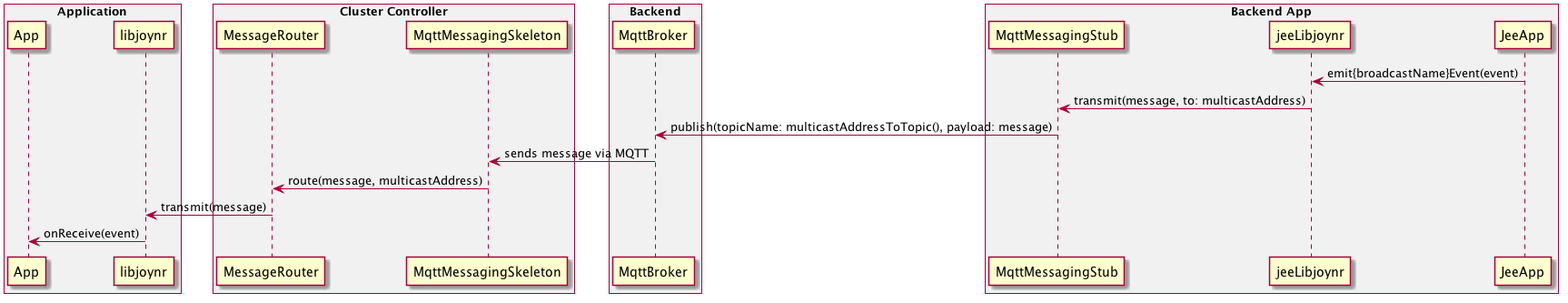
The PlantUML diagram docs/diagrams/SequenceDiagram-Java-MulticastPublish.png in bmwcarit/joynr, before a commit. Its source is kept beside it as docs/diagrams/SequenceDiagram-Java-MulticastPublish.puml.
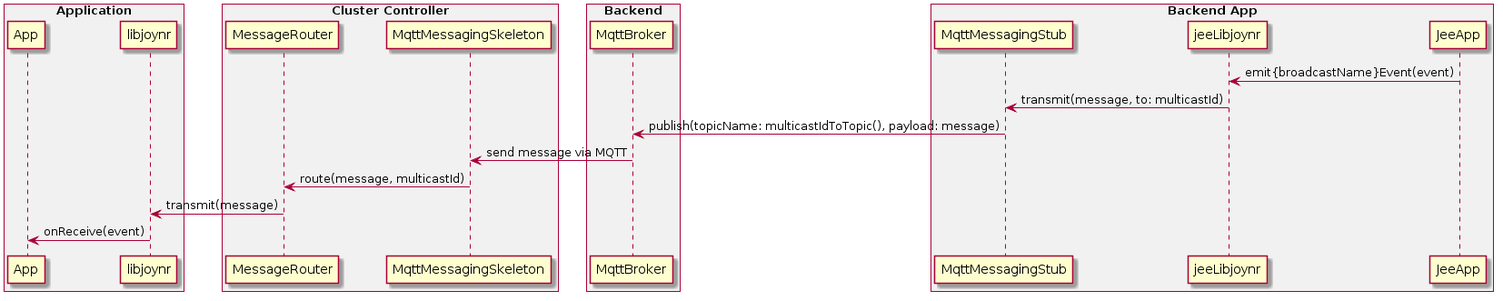
Later version of the same file.

Diff of the diagram source:
```diff
@@ -21,10 +21,10 @@
 end box
 
 JeeApp -> jeeLibjoynr: emit{broadcastName}Event(event)
-jeeLibjoynr -> MqttMessagingStub: transmit(message, to: multicastAddress)
-MqttMessagingStub -> MqttBroker: publish(topicName: multicastAddressToTopic(), payload: message)
-MqttBroker -> MqttMessagingSkeleton:  sends message via MQTT
-MqttMessagingSkeleton -> MessageRouter:  route(message, multicastAddress)
+jeeLibjoynr -> MqttMessagingStub: transmit(message, to: multicastId)
+MqttMessagingStub -> MqttBroker: publish(topicName: multicastIdToTopic(), payload: message)
+MqttBroker -> MqttMessagingSkeleton:  send message via MQTT
+MqttMessagingSkeleton -> MessageRouter:  route(message, multicastId)
 MessageRouter -> libjoynr: transmit(message)
 libjoynr -> App: onReceive(event)
 @enduml
```
